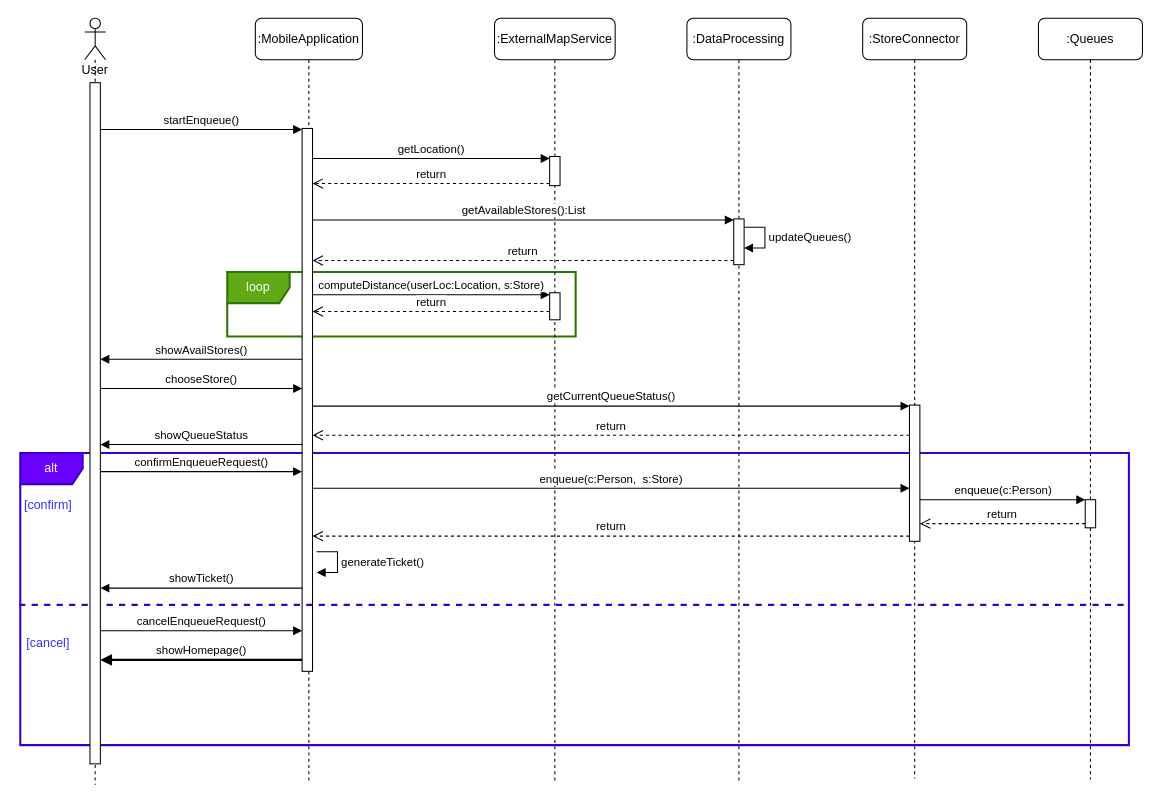
Before: Diagrams/Sequence/sequence_customer_enqueue.drawio in pollo-fritto/PozziNeroniVetere, a draw.io diagram. Source tidied: cells renumbered, new cells numbered last; positions are measured from the earlier drawing's top-left corner, leaving out a move shared by most shapes. Both pictures are drawn from the tidied source at 104%, with x=0, y=0 at pixel (20, 18).
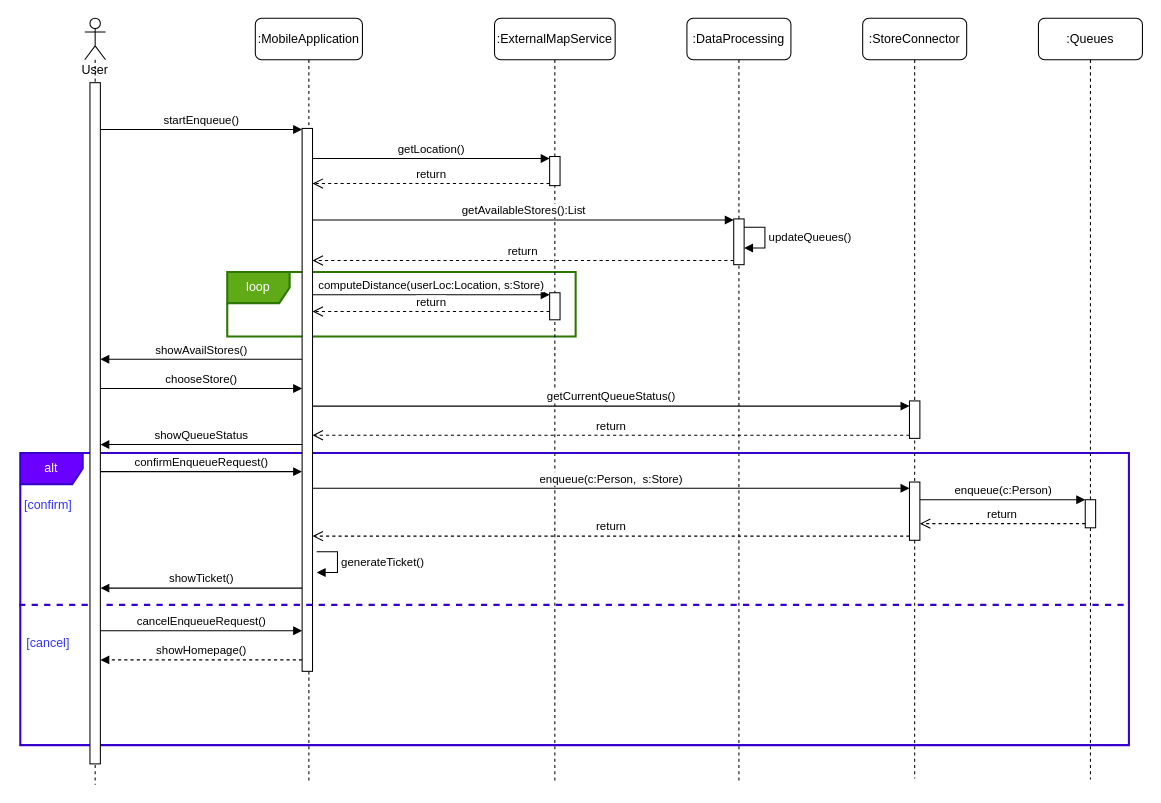
The same page after the edit.

Unchanged cells that the change refers to:
```xml
<mxCell id="5" style="html=1;points=[];perimeter=orthogonalPerimeter;rounded=0;shadow=0;comic=0;labelBackgroundColor=none;strokeWidth=1;fontFamily=Verdana;fontSize=12;align=center;" parent="4" vertex="1">
  <mxGeometry x="45" y="106" width="10" height="522" as="geometry" />
</mxCell>
<mxCell id="9" value=":StoreConnector" style="shape=umlLifeline;perimeter=lifelinePerimeter;whiteSpace=wrap;html=1;rounded=1;shadow=0;glass=0;sketch=0;" parent="1" vertex="1">
  <mxGeometry x="810" width="100" height="731" as="geometry" />
</mxCell>
<mxCell id="13" style="html=1;points=[];perimeter=orthogonalPerimeter;" parent="12" vertex="1">
  <mxGeometry x="45" y="463" width="10" height="27" as="geometry" />
</mxCell>
```

Change to the diagram source:
```diff
@@
-    <mxCell id="10" style="html=1;points=[];perimeter=orthogonalPerimeter;" parent="9" vertex="1">
-      <mxGeometry x="45" y="372" width="10" height="131" as="geometry" />
-    </mxCell>
+    <mxCell id="42" style="html=1;perimeter=orthogonalPerimeter;" parent="9" vertex="1">
+      <mxGeometry x="45" y="368" width="10" height="36" as="geometry" />
+    </mxCell>
+    <mxCell id="43" style="html=1;perimeter=orthogonalPerimeter;" parent="9" vertex="1">
+      <mxGeometry x="45" y="446" width="10" height="56" as="geometry" />
+    </mxCell>
@@
-    <mxCell id="25" value="enqueue(c:Person,&amp;nbsp; s:Store)" style="html=1;verticalAlign=bottom;endArrow=block;" parent="1" edge="1" source="5" target="10">
+    <mxCell id="25" value="enqueue(c:Person,&amp;nbsp; s:Store)" style="html=1;verticalAlign=bottom;endArrow=block;" parent="1" edge="1" source="5">
       <mxGeometry relative="1" as="geometry">
+        <mxPoint x="855" y="452" as="targetPoint" />
         <Array as="points">
           <mxPoint x="568" y="452" />
         </Array>
       </mxGeometry>
     </mxCell>
-    <mxCell id="26" value="enqueue(c:Person)" style="html=1;verticalAlign=bottom;endArrow=block;" parent="1" edge="1" source="10" target="13">
-      <mxGeometry relative="1" as="geometry" />
+    <mxCell id="26" value="enqueue(c:Person)" style="html=1;verticalAlign=bottom;endArrow=block;" parent="1" edge="1" target="13">
+      <mxGeometry relative="1" as="geometry">
+        <mxPoint x="865" y="463" as="sourcePoint" />
+      </mxGeometry>
     </mxCell>
-    <mxCell id="27" value="getCurrentQueueStatus()" style="html=1;verticalAlign=bottom;endArrow=block;" parent="1" edge="1" source="5" target="10">
+    <mxCell id="27" value="getCurrentQueueStatus()" style="html=1;verticalAlign=bottom;endArrow=block;" parent="1" edge="1" source="5">
       <mxGeometry relative="1" as="geometry">
+        <mxPoint x="855" y="373" as="targetPoint" />
         <Array as="points">
           <mxPoint x="568" y="373" />
         </Array>
       </mxGeometry>
     </mxCell>
-    <mxCell id="28" value="return" style="html=1;verticalAlign=bottom;endArrow=open;dashed=1;endSize=8;" parent="1" edge="1" source="10" target="5">
+    <mxCell id="28" value="return" style="html=1;verticalAlign=bottom;endArrow=open;dashed=1;endSize=8;" parent="1" edge="1" target="5">
       <mxGeometry relative="1" as="geometry">
+        <mxPoint x="855" y="401" as="sourcePoint" />
         <Array as="points">
           <mxPoint x="569" y="401" />
         </Array>
       </mxGeometry>
     </mxCell>
@@
-    <mxCell id="30" value="return" style="html=1;verticalAlign=bottom;endArrow=open;dashed=1;endSize=8;" parent="1" edge="1" source="13" target="10">
+    <mxCell id="30" value="return" style="html=1;verticalAlign=bottom;endArrow=open;dashed=1;endSize=8;" parent="1" edge="1" source="13">
       <mxGeometry relative="1" as="geometry">
+        <mxPoint x="865" y="486" as="targetPoint" />
         <Array as="points">
           <mxPoint x="951" y="486" />
         </Array>
       </mxGeometry>
     </mxCell>
-    <mxCell id="31" value="return" style="html=1;verticalAlign=bottom;endArrow=open;dashed=1;endSize=8;" parent="1" edge="1" source="10" target="5">
+    <mxCell id="31" value="return" style="html=1;verticalAlign=bottom;endArrow=open;dashed=1;endSize=8;" parent="1" edge="1" target="5">
       <mxGeometry relative="1" as="geometry">
+        <mxPoint x="855" y="498" as="sourcePoint" />
         <Array as="points">
           <mxPoint x="572" y="498" />
         </Array>
       </mxGeometry>
     </mxCell>
@@
-    <mxCell id="37" value="showHomepage()" style="html=1;verticalAlign=bottom;endArrow=block;strokeWidth=2;" parent="1" edge="1" source="5">
+    <mxCell id="37" value="showHomepage()" style="html=1;verticalAlign=bottom;endArrow=block;strokeWidth=1;dashed=1;" parent="1" edge="1" source="5">
       <mxGeometry relative="1" as="geometry">
         <mxPoint x="77" y="617" as="targetPoint" />
         <Array as="points">
           <mxPoint x="179" y="617" />
         </Array>
       </mxGeometry>
     </mxCell>
```
